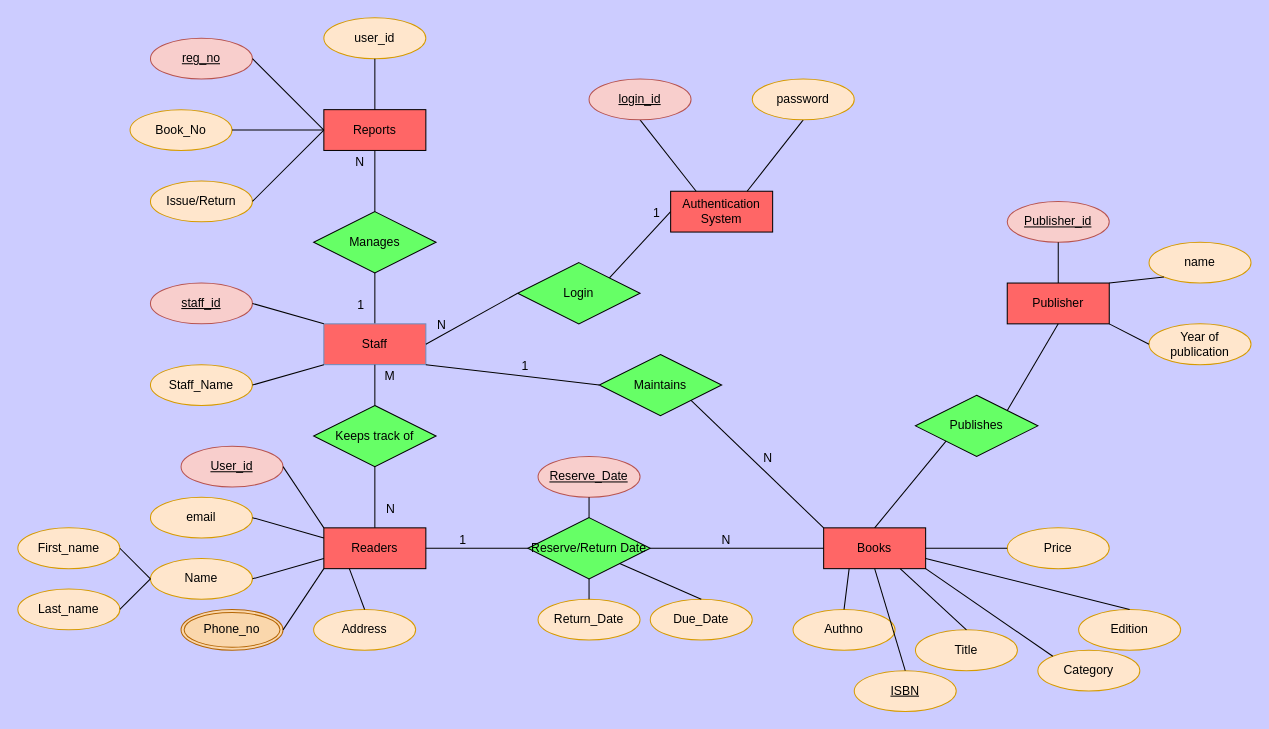
Earlier version of the draw.io diagram ERDIAGRAM.drawio (srish-cell/Cognizance). Source tidied: cells renumbered, new cells numbered last; positions are measured from the earlier drawing's top-left corner, leaving out a move shared by most shapes. Both pictures are drawn from the tidied source at 102%, with x=0, y=0 at pixel (17, 17).
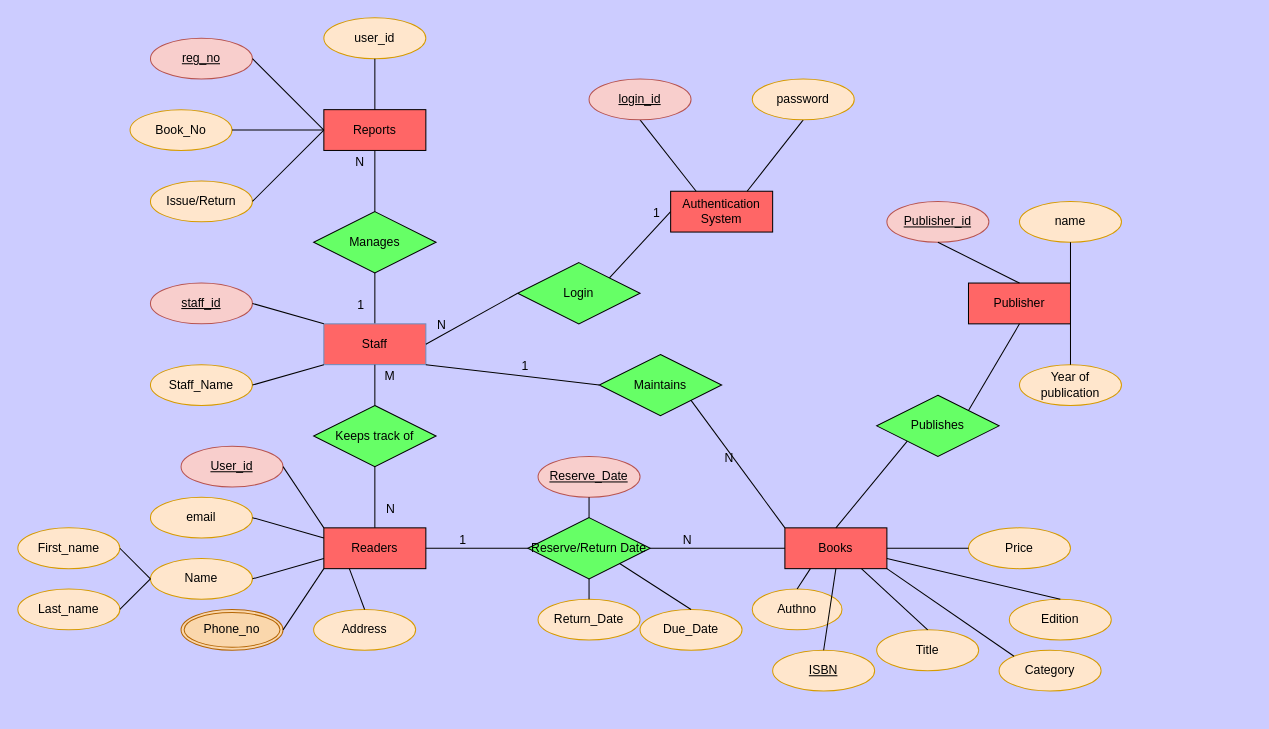
Above is the later version.

Diff of the diagram source:
```diff
@@
     <mxCell id="59" value="Due_Date" style="ellipse;whiteSpace=wrap;html=1;align=center;fillColor=#ffe6cc;strokeColor=#d79b00;" parent="1" vertex="1">
-      <mxGeometry x="620" y="570" width="100" height="40" as="geometry" />
+      <mxGeometry x="610" y="580" width="100" height="40" as="geometry" />
     </mxCell>
@@
     <mxCell id="61" value="Books" style="whiteSpace=wrap;html=1;align=center;fillColor=#FF6666;" parent="1" vertex="1">
-      <mxGeometry x="790" y="500" width="100" height="40" as="geometry" />
+      <mxGeometry x="752" y="500" width="100" height="40" as="geometry" />
     </mxCell>
     <mxCell id="62" value="Publisher" style="whiteSpace=wrap;html=1;align=center;fillColor=#FF6666;" parent="1" vertex="1">
-      <mxGeometry x="970" y="260" width="100" height="40" as="geometry" />
+      <mxGeometry x="932" y="260" width="100" height="40" as="geometry" />
     </mxCell>
@@
     <mxCell id="64" value="Publishes" style="shape=rhombus;perimeter=rhombusPerimeter;whiteSpace=wrap;html=1;align=center;fillColor=#66FF66;" parent="1" vertex="1">
-      <mxGeometry x="880" y="370" width="120" height="60" as="geometry" />
+      <mxGeometry x="842" y="370" width="120" height="60" as="geometry" />
     </mxCell>
@@
     <mxCell id="71" value="name" style="ellipse;whiteSpace=wrap;html=1;align=center;fillColor=#ffe6cc;strokeColor=#d79b00;" parent="1" vertex="1">
-      <mxGeometry x="1109" y="220" width="100" height="40" as="geometry" />
+      <mxGeometry x="982" y="180" width="100" height="40" as="geometry" />
     </mxCell>
     <mxCell id="72" value="Publisher_id" style="ellipse;whiteSpace=wrap;html=1;align=center;fontStyle=4;fillColor=#f8cecc;strokeColor=#b85450;" parent="1" vertex="1">
-      <mxGeometry x="970" y="180" width="100" height="40" as="geometry" />
+      <mxGeometry x="852" y="180" width="100" height="40" as="geometry" />
     </mxCell>
     <mxCell id="73" value="Year of publication" style="ellipse;whiteSpace=wrap;html=1;align=center;fillColor=#ffe6cc;strokeColor=#d79b00;" parent="1" vertex="1">
-      <mxGeometry x="1109" y="300" width="100" height="40" as="geometry" />
+      <mxGeometry x="982" y="340" width="100" height="40" as="geometry" />
     </mxCell>
     <mxCell id="74" value="Price" style="ellipse;whiteSpace=wrap;html=1;align=center;fillColor=#ffe6cc;strokeColor=#d79b00;" parent="1" vertex="1">
-      <mxGeometry x="970" y="500" width="100" height="40" as="geometry" />
+      <mxGeometry x="932" y="500" width="100" height="40" as="geometry" />
     </mxCell>
     <mxCell id="75" value="Authno" style="ellipse;whiteSpace=wrap;html=1;align=center;fillColor=#ffe6cc;strokeColor=#d79b00;" parent="1" vertex="1">
-      <mxGeometry x="760" y="580" width="100" height="40" as="geometry" />
+      <mxGeometry x="720" y="560" width="88" height="40" as="geometry" />
     </mxCell>
     <mxCell id="76" value="Edition" style="ellipse;whiteSpace=wrap;html=1;align=center;fillColor=#ffe6cc;strokeColor=#d79b00;" parent="1" vertex="1">
-      <mxGeometry x="1040" y="580" width="100" height="40" as="geometry" />
+      <mxGeometry x="972" y="570" width="100" height="40" as="geometry" />
     </mxCell>
     <mxCell id="77" value="Category" style="ellipse;whiteSpace=wrap;html=1;align=center;fillColor=#ffe6cc;strokeColor=#d79b00;" parent="1" vertex="1">
-      <mxGeometry x="1000" y="620" width="100" height="40" as="geometry" />
+      <mxGeometry x="962" y="620" width="100" height="40" as="geometry" />
     </mxCell>
     <mxCell id="78" value="Title" style="ellipse;whiteSpace=wrap;html=1;align=center;fillColor=#ffe6cc;strokeColor=#d79b00;" parent="1" vertex="1">
-      <mxGeometry x="880" y="600" width="100" height="40" as="geometry" />
+      <mxGeometry x="842" y="600" width="100" height="40" as="geometry" />
     </mxCell>
     <mxCell id="79" value="ISBN" style="ellipse;whiteSpace=wrap;html=1;align=center;fontStyle=4;fillColor=#ffe6cc;strokeColor=#d79b00;" parent="1" vertex="1">
-      <mxGeometry x="820" y="640" width="100" height="40" as="geometry" />
+      <mxGeometry x="740" y="620" width="100" height="40" as="geometry" />
     </mxCell>
@@
-    <mxCell id="89" style="endArrow=none;html=1;rounded=0;exitX=0;exitY=1;exitDx=0;exitDy=0;entryX=1;entryY=0;entryDx=0;entryDy=0;" parent="1" edge="1" source="71" target="62">
+    <mxCell id="89" style="endArrow=none;html=1;rounded=0;exitX=0.5;exitY=1;exitDx=0;exitDy=0;entryX=1;entryY=0;entryDx=0;entryDy=0;" parent="1" edge="1" source="71" target="62">
       <mxGeometry relative="1" as="geometry" />
     </mxCell>
-    <mxCell id="90" style="endArrow=none;html=1;rounded=0;exitX=0;exitY=0.5;exitDx=0;exitDy=0;entryX=1;entryY=1;entryDx=0;entryDy=0;" parent="1" edge="1" source="73" target="62">
+    <mxCell id="90" style="endArrow=none;html=1;rounded=0;exitX=0.5;exitY=0;exitDx=0;exitDy=0;entryX=1;entryY=1;entryDx=0;entryDy=0;" parent="1" edge="1" source="73" target="62">
       <mxGeometry relative="1" as="geometry" />
     </mxCell>
```
